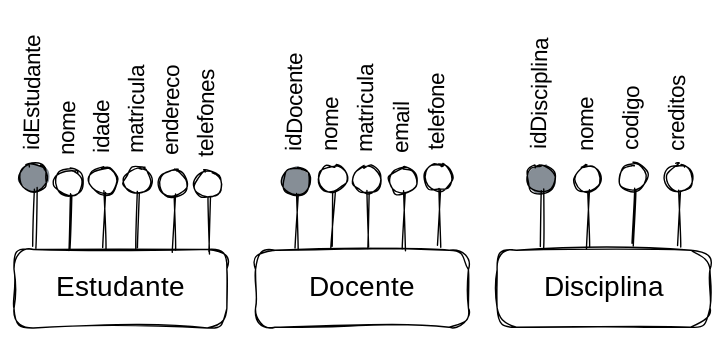
francojoao/gb-banco-de-dados keeps this Excalidraw diagram as .gitbook/assets/file.excalidraw (7).svg. Above is the earlier version. Source tidied: one line per element, renumbered; positions are measured from the earlier drawing's top-left corner, leaving out a move shared by most shapes. Source of this version:
```json
{"id": 0, "type": "rectangle", "strokeColor": "#000000", "strokeWidth": 1, "roughness": 2, "round": true, "x": 34, "y": 129, "width": 152, "height": 56}
{"id": 1, "type": "text", "text": "Estudante", "strokeColor": "#000000", "strokeWidth": 1, "roughness": 1, "fontSize": 20, "fontFamily": 1, "textAlign": "center", "verticalAlign": "middle", "inside": 0, "x": 58, "y": 145, "width": 105, "height": 25}
{"id": 2, "type": "rectangle", "strokeColor": "#000000", "strokeWidth": 1, "roughness": 2, "round": true, "x": 207, "y": 130, "width": 152, "height": 55}
{"id": 3, "type": "text", "text": "Docente", "strokeColor": "#000000", "strokeWidth": 1, "roughness": 1, "fontSize": 20, "fontFamily": 1, "textAlign": "center", "verticalAlign": "middle", "inside": 2, "x": 242, "y": 145, "width": 81, "height": 25}
{"id": 4, "type": "rectangle", "strokeColor": "#000000", "strokeWidth": 1, "roughness": 2, "round": true, "x": 379, "y": 130, "width": 152, "height": 55}
{"id": 5, "type": "text", "text": "Disciplina", "strokeColor": "#000000", "strokeWidth": 1, "roughness": 1, "fontSize": 20, "fontFamily": 1, "textAlign": "center", "verticalAlign": "middle", "inside": 4, "x": 411, "y": 145, "width": 89, "height": 25}
{"id": 6, "type": "ellipse", "strokeColor": "#000000", "backgroundColor": "#868e96", "fillStyle": "solid", "strokeWidth": 1, "roughness": 1, "round": true, "x": 38, "y": 69, "width": 20, "height": 19}
{"id": 7, "type": "line", "strokeColor": "#000000", "backgroundColor": "#868e96", "fillStyle": "solid", "strokeWidth": 1, "roughness": 1, "round": true, "x": 49, "y": 87, "width": 1, "height": 40, "points": [[0, 0], [-1, 40]]}
{"id": 8, "type": "text", "text": "idEstudante", "strokeColor": "#000000", "angle": 4.73, "backgroundColor": "#868e96", "fillStyle": "solid", "strokeWidth": 1, "roughness": 1, "fontSize": 16, "fontFamily": 1, "x": 0, "y": 0, "width": 97, "height": 20}
{"id": 9, "type": "ellipse", "strokeColor": "#000000", "strokeWidth": 1, "roughness": 1, "round": true, "x": 64, "y": 72, "width": 20, "height": 19}
{"id": 10, "type": "line", "strokeColor": "#000000", "backgroundColor": "#868e96", "fillStyle": "solid", "strokeWidth": 1, "roughness": 1, "round": true, "x": 74, "y": 90, "width": 1, "height": 40, "points": [[0, 0], [-1, 40]]}
{"id": 11, "type": "text", "text": "nome", "strokeColor": "#000000", "angle": 4.73, "backgroundColor": "#868e96", "fillStyle": "solid", "strokeWidth": 1, "roughness": 1, "fontSize": 16, "fontFamily": 1, "x": 55, "y": 33, "width": 37, "height": 20}
{"id": 12, "type": "ellipse", "strokeColor": "#000000", "strokeWidth": 1, "roughness": 1, "round": true, "x": 113, "y": 71, "width": 20, "height": 19}
{"id": 13, "type": "line", "strokeColor": "#000000", "backgroundColor": "#868e96", "fillStyle": "solid", "strokeWidth": 1, "roughness": 1, "round": true, "x": 124, "y": 89, "width": 1, "height": 40, "points": [[0, 0], [-1, 40]]}
{"id": 14, "type": "text", "text": "matricula", "strokeColor": "#000000", "angle": 4.73, "backgroundColor": "#868e96", "fillStyle": "solid", "strokeWidth": 1, "roughness": 1, "fontSize": 16, "fontFamily": 1, "x": 86, "y": 13, "width": 74, "height": 20}
{"id": 15, "type": "ellipse", "strokeColor": "#000000", "strokeWidth": 1, "roughness": 1, "round": true, "x": 138, "y": 72, "width": 20, "height": 19}
{"id": 16, "type": "line", "strokeColor": "#000000", "backgroundColor": "#868e96", "fillStyle": "solid", "strokeWidth": 1, "roughness": 1, "round": true, "x": 149, "y": 91, "width": 1, "height": 40, "points": [[0, 0], [-1, 40]]}
{"id": 17, "type": "text", "text": "endereco", "strokeColor": "#000000", "angle": 4.73, "backgroundColor": "#868e96", "fillStyle": "solid", "strokeWidth": 1, "roughness": 1, "fontSize": 16, "fontFamily": 1, "x": 113, "y": 18, "width": 69, "height": 20}
{"id": 18, "type": "ellipse", "strokeColor": "#000000", "strokeWidth": 1, "roughness": 1, "round": true, "x": 251, "y": 70, "width": 20, "height": 19}
{"id": 19, "type": "line", "strokeColor": "#000000", "backgroundColor": "#868e96", "fillStyle": "solid", "strokeWidth": 1, "roughness": 1, "round": true, "x": 262, "y": 88, "width": 1, "height": 40, "points": [[0, 0], [-1, 40]]}
{"id": 20, "type": "text", "text": "nome", "strokeColor": "#000000", "angle": 4.73, "backgroundColor": "#868e96", "fillStyle": "solid", "strokeWidth": 1, "roughness": 1, "fontSize": 16, "fontFamily": 1, "x": 243, "y": 31, "width": 37, "height": 20}
{"id": 21, "type": "ellipse", "strokeColor": "#000000", "strokeWidth": 1, "roughness": 1, "round": true, "x": 277, "y": 70, "width": 20, "height": 19}
{"id": 22, "type": "line", "strokeColor": "#000000", "backgroundColor": "#868e96", "fillStyle": "solid", "strokeWidth": 1, "roughness": 1, "round": true, "x": 287, "y": 88, "width": 1, "height": 40, "points": [[0, 0], [-1, 40]]}
{"id": 23, "type": "text", "text": "matricula", "strokeColor": "#000000", "angle": 4.73, "backgroundColor": "#868e96", "fillStyle": "solid", "strokeWidth": 1, "roughness": 1, "fontSize": 16, "fontFamily": 1, "x": 250, "y": 13, "width": 74, "height": 20}
{"id": 24, "type": "ellipse", "strokeColor": "#000000", "strokeWidth": 1, "roughness": 1, "round": true, "x": 327, "y": 68, "width": 20, "height": 19}
{"id": 25, "type": "line", "strokeColor": "#000000", "backgroundColor": "#868e96", "fillStyle": "solid", "strokeWidth": 1, "roughness": 1, "round": true, "x": 338, "y": 87, "width": 1, "height": 40, "points": [[0, 0], [-1, 40]]}
{"id": 26, "type": "text", "text": "telefone", "strokeColor": "#000000", "angle": 4.73, "backgroundColor": "#868e96", "fillStyle": "solid", "strokeWidth": 1, "roughness": 1, "fontSize": 16, "fontFamily": 1, "x": 304, "y": 15, "width": 66, "height": 20}
{"id": 27, "type": "ellipse", "strokeColor": "#000000", "backgroundColor": "#868e96", "fillStyle": "solid", "strokeWidth": 1, "roughness": 1, "round": true, "x": 226, "y": 71, "width": 20, "height": 19}
{"id": 28, "type": "line", "strokeColor": "#000000", "backgroundColor": "#868e96", "fillStyle": "solid", "strokeWidth": 1, "roughness": 1, "round": true, "x": 237, "y": 89, "width": 1, "height": 40, "points": [[0, 0], [-1, 40]]}
{"id": 29, "type": "text", "text": "idDocente", "strokeColor": "#000000", "angle": 4.73, "backgroundColor": "#868e96", "fillStyle": "solid", "strokeWidth": 1, "roughness": 1, "fontSize": 16, "fontFamily": 1, "x": 197, "y": 10, "width": 78, "height": 20}
{"id": 30, "type": "ellipse", "strokeColor": "#000000", "strokeWidth": 1, "roughness": 1, "round": true, "x": 434, "y": 70, "width": 20, "height": 19}
{"id": 31, "type": "line", "strokeColor": "#000000", "backgroundColor": "#868e96", "fillStyle": "solid", "strokeWidth": 1, "roughness": 1, "round": true, "x": 445, "y": 88, "width": 1, "height": 40, "points": [[0, 0], [-1, 40]]}
{"id": 32, "type": "text", "text": "nome", "strokeColor": "#000000", "angle": 4.73, "backgroundColor": "#868e96", "fillStyle": "solid", "strokeWidth": 1, "roughness": 1, "fontSize": 16, "fontFamily": 1, "x": 425, "y": 31, "width": 37, "height": 20}
{"id": 33, "type": "ellipse", "strokeColor": "#000000", "strokeWidth": 1, "roughness": 1, "round": true, "x": 466, "y": 68, "width": 20, "height": 19}
{"id": 34, "type": "line", "strokeColor": "#000000", "backgroundColor": "#868e96", "fillStyle": "solid", "strokeWidth": 1, "roughness": 1, "round": true, "x": 477, "y": 87, "width": 1, "height": 40, "points": [[0, 0], [-1, 40]]}
{"id": 35, "type": "text", "text": "codigo", "strokeColor": "#000000", "angle": 4.73, "backgroundColor": "#868e96", "fillStyle": "solid", "strokeWidth": 1, "roughness": 1, "fontSize": 16, "fontFamily": 1, "x": 452, "y": 24, "width": 48, "height": 20}
{"id": 36, "type": "ellipse", "strokeColor": "#000000", "backgroundColor": "#868e96", "fillStyle": "solid", "strokeWidth": 1, "roughness": 1, "round": true, "x": 401, "y": 69, "width": 20, "height": 19}
{"id": 37, "type": "line", "strokeColor": "#000000", "backgroundColor": "#868e96", "fillStyle": "solid", "strokeWidth": 1, "roughness": 1, "round": true, "x": 412, "y": 88, "width": 1, "height": 40, "points": [[0, 0], [-1, 40]]}
{"id": 38, "type": "text", "text": "idDisciplina", "strokeColor": "#000000", "angle": 4.73, "backgroundColor": "#868e96", "fillStyle": "solid", "strokeWidth": 1, "roughness": 1, "fontSize": 16, "fontFamily": 1, "x": 368, "y": 5, "width": 85, "height": 20}
{"id": 39, "type": "ellipse", "strokeColor": "#000000", "strokeWidth": 1, "roughness": 1, "round": true, "x": 499, "y": 69, "width": 20, "height": 19}
{"id": 40, "type": "line", "strokeColor": "#000000", "backgroundColor": "#868e96", "fillStyle": "solid", "strokeWidth": 1, "roughness": 1, "round": true, "x": 510, "y": 87, "width": 1, "height": 40, "points": [[0, 0], [-1, 40]]}
{"id": 41, "type": "text", "text": "creditos", "strokeColor": "#000000", "angle": 4.73, "backgroundColor": "#868e96", "fillStyle": "solid", "strokeWidth": 1, "roughness": 1, "fontSize": 16, "fontFamily": 1, "x": 476, "y": 16, "width": 65, "height": 20}
{"id": 42, "type": "ellipse", "strokeColor": "#000000", "strokeWidth": 1, "roughness": 1, "round": true, "x": 302, "y": 71, "width": 20, "height": 19}
{"id": 43, "type": "line", "strokeColor": "#000000", "backgroundColor": "#868e96", "fillStyle": "solid", "strokeWidth": 1, "roughness": 1, "round": true, "x": 313, "y": 89, "width": 1, "height": 40, "points": [[0, 0], [-1, 40]]}
{"id": 44, "type": "text", "text": "email", "strokeColor": "#000000", "angle": 4.73, "backgroundColor": "#868e96", "fillStyle": "solid", "strokeWidth": 1, "roughness": 1, "fontSize": 16, "fontFamily": 1, "x": 292, "y": 31, "width": 39, "height": 20}
{"id": 45, "type": "ellipse", "strokeColor": "#000000", "strokeWidth": 1, "roughness": 1, "round": true, "x": 163, "y": 74, "width": 20, "height": 19}
{"id": 46, "type": "line", "strokeColor": "#000000", "backgroundColor": "#868e96", "fillStyle": "solid", "strokeWidth": 1, "roughness": 1, "round": true, "x": 174, "y": 92, "width": 1, "height": 40, "points": [[0, 0], [-1, 40]]}
{"id": 47, "type": "text", "text": "telefones", "strokeColor": "#000000", "angle": 4.73, "backgroundColor": "#868e96", "fillStyle": "solid", "strokeWidth": 1, "roughness": 1, "fontSize": 16, "fontFamily": 1, "x": 136, "y": 16, "width": 74, "height": 20}
{"id": 48, "type": "ellipse", "strokeColor": "#000000", "strokeWidth": 1, "roughness": 1, "round": true, "x": 88, "y": 71, "width": 20, "height": 19}
{"id": 49, "type": "line", "strokeColor": "#000000", "backgroundColor": "#868e96", "fillStyle": "solid", "strokeWidth": 1, "roughness": 1, "round": true, "x": 99, "y": 89, "width": 1, "height": 40, "points": [[0, 0], [-1, 40]]}
{"id": 50, "type": "text", "text": "idade", "strokeColor": "#000000", "angle": 4.73, "backgroundColor": "#868e96", "fillStyle": "solid", "strokeWidth": 1, "roughness": 1, "fontSize": 16, "fontFamily": 1, "x": 76, "y": 29, "width": 43, "height": 20}
```
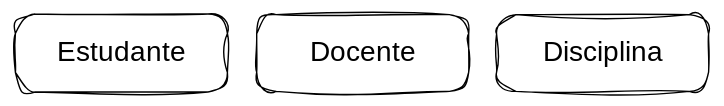
Above is the later version.

What changed in the source:
```diff
@@ -1,51 +1,6 @@
-{"id": 0, "type": "rectangle", "strokeColor": "#000000", "strokeWidth": 1, "roughness": 2, "round": true, "x": 34, "y": 129, "width": 152, "height": 56}
+{"id": 51, "type": "rectangle", "strokeColor": "#000000", "strokeWidth": 1, "roughness": 2, "round": true, "x": 34, "y": 129, "width": 152, "height": 56}
-{"id": 1, "type": "text", "text": "Estudante", "strokeColor": "#000000", "strokeWidth": 1, "roughness": 1, "fontSize": 20, "fontFamily": 1, "textAlign": "center", "verticalAlign": "middle", "inside": 0, "x": 58, "y": 145, "width": 105, "height": 25}
+{"id": 1, "type": "text", "text": "Estudante", "strokeColor": "#000000", "strokeWidth": 1, "roughness": 1, "fontSize": 20, "fontFamily": 1, "textAlign": "center", "verticalAlign": "middle", "inside": 51, "x": 58, "y": 145, "width": 105, "height": 25}
-{"id": 2, "type": "rectangle", "strokeColor": "#000000", "strokeWidth": 1, "roughness": 2, "round": true, "x": 207, "y": 130, "width": 152, "height": 55}
+{"id": 52, "type": "rectangle", "strokeColor": "#000000", "strokeWidth": 1, "roughness": 2, "round": true, "x": 207, "y": 130, "width": 152, "height": 55}
-{"id": 3, "type": "text", "text": "Docente", "strokeColor": "#000000", "strokeWidth": 1, "roughness": 1, "fontSize": 20, "fontFamily": 1, "textAlign": "center", "verticalAlign": "middle", "inside": 2, "x": 242, "y": 145, "width": 81, "height": 25}
+{"id": 3, "type": "text", "text": "Docente", "strokeColor": "#000000", "strokeWidth": 1, "roughness": 1, "fontSize": 20, "fontFamily": 1, "textAlign": "center", "verticalAlign": "middle", "inside": 52, "x": 243, "y": 145, "width": 81, "height": 25}
-{"id": 4, "type": "rectangle", "strokeColor": "#000000", "strokeWidth": 1, "roughness": 2, "round": true, "x": 379, "y": 130, "width": 152, "height": 55}
+{"id": 53, "type": "rectangle", "strokeColor": "#000000", "strokeWidth": 1, "roughness": 2, "round": true, "x": 379, "y": 130, "width": 152, "height": 55}
-{"id": 5, "type": "text", "text": "Disciplina", "strokeColor": "#000000", "strokeWidth": 1, "roughness": 1, "fontSize": 20, "fontFamily": 1, "textAlign": "center", "verticalAlign": "middle", "inside": 4, "x": 411, "y": 145, "width": 89, "height": 25}
+{"id": 5, "type": "text", "text": "Disciplina", "strokeColor": "#000000", "strokeWidth": 1, "roughness": 1, "fontSize": 20, "fontFamily": 1, "textAlign": "center", "verticalAlign": "middle", "inside": 53, "x": 411, "y": 145, "width": 89, "height": 25}
-{"id": 6, "type": "ellipse", "strokeColor": "#000000", "backgroundColor": "#868e96", "fillStyle": "solid", "strokeWidth": 1, "roughness": 1, "round": true, "x": 38, "y": 69, "width": 20, "height": 19}
-{"id": 7, "type": "line", "strokeColor": "#000000", "backgroundColor": "#868e96", "fillStyle": "solid", "strokeWidth": 1, "roughness": 1, "round": true, "x": 49, "y": 87, "width": 1, "height": 40, "points": [[0, 0], [-1, 40]]}
-{"id": 8, "type": "text", "text": "idEstudante", "strokeColor": "#000000", "angle": 4.73, "backgroundColor": "#868e96", "fillStyle": "solid", "strokeWidth": 1, "roughness": 1, "fontSize": 16, "fontFamily": 1, "x": 0, "y": 0, "width": 97, "height": 20}
-{"id": 9, "type": "ellipse", "strokeColor": "#000000", "strokeWidth": 1, "roughness": 1, "round": true, "x": 64, "y": 72, "width": 20, "height": 19}
-{"id": 10, "type": "line", "strokeColor": "#000000", "backgroundColor": "#868e96", "fillStyle": "solid", "strokeWidth": 1, "roughness": 1, "round": true, "x": 74, "y": 90, "width": 1, "height": 40, "points": [[0, 0], [-1, 40]]}
-{"id": 11, "type": "text", "text": "nome", "strokeColor": "#000000", "angle": 4.73, "backgroundColor": "#868e96", "fillStyle": "solid", "strokeWidth": 1, "roughness": 1, "fontSize": 16, "fontFamily": 1, "x": 55, "y": 33, "width": 37, "height": 20}
-{"id": 12, "type": "ellipse", "strokeColor": "#000000", "strokeWidth": 1, "roughness": 1, "round": true, "x": 113, "y": 71, "width": 20, "height": 19}
-{"id": 13, "type": "line", "strokeColor": "#000000", "backgroundColor": "#868e96", "fillStyle": "solid", "strokeWidth": 1, "roughness": 1, "round": true, "x": 124, "y": 89, "width": 1, "height": 40, "points": [[0, 0], [-1, 40]]}
-{"id": 14, "type": "text", "text": "matricula", "strokeColor": "#000000", "angle": 4.73, "backgroundColor": "#868e96", "fillStyle": "solid", "strokeWidth": 1, "roughness": 1, "fontSize": 16, "fontFamily": 1, "x": 86, "y": 13, "width": 74, "height": 20}
-{"id": 15, "type": "ellipse", "strokeColor": "#000000", "strokeWidth": 1, "roughness": 1, "round": true, "x": 138, "y": 72, "width": 20, "height": 19}
-{"id": 16, "type": "line", "strokeColor": "#000000", "backgroundColor": "#868e96", "fillStyle": "solid", "strokeWidth": 1, "roughness": 1, "round": true, "x": 149, "y": 91, "width": 1, "height": 40, "points": [[0, 0], [-1, 40]]}
-{"id": 17, "type": "text", "text": "endereco", "strokeColor": "#000000", "angle": 4.73, "backgroundColor": "#868e96", "fillStyle": "solid", "strokeWidth": 1, "roughness": 1, "fontSize": 16, "fontFamily": 1, "x": 113, "y": 18, "width": 69, "height": 20}
-{"id": 18, "type": "ellipse", "strokeColor": "#000000", "strokeWidth": 1, "roughness": 1, "round": true, "x": 251, "y": 70, "width": 20, "height": 19}
-{"id": 19, "type": "line", "strokeColor": "#000000", "backgroundColor": "#868e96", "fillStyle": "solid", "strokeWidth": 1, "roughness": 1, "round": true, "x": 262, "y": 88, "width": 1, "height": 40, "points": [[0, 0], [-1, 40]]}
-{"id": 20, "type": "text", "text": "nome", "strokeColor": "#000000", "angle": 4.73, "backgroundColor": "#868e96", "fillStyle": "solid", "strokeWidth": 1, "roughness": 1, "fontSize": 16, "fontFamily": 1, "x": 243, "y": 31, "width": 37, "height": 20}
-{"id": 21, "type": "ellipse", "strokeColor": "#000000", "strokeWidth": 1, "roughness": 1, "round": true, "x": 277, "y": 70, "width": 20, "height": 19}
-{"id": 22, "type": "line", "strokeColor": "#000000", "backgroundColor": "#868e96", "fillStyle": "solid", "strokeWidth": 1, "roughness": 1, "round": true, "x": 287, "y": 88, "width": 1, "height": 40, "points": [[0, 0], [-1, 40]]}
-{"id": 23, "type": "text", "text": "matricula", "strokeColor": "#000000", "angle": 4.73, "backgroundColor": "#868e96", "fillStyle": "solid", "strokeWidth": 1, "roughness": 1, "fontSize": 16, "fontFamily": 1, "x": 250, "y": 13, "width": 74, "height": 20}
-{"id": 24, "type": "ellipse", "strokeColor": "#000000", "strokeWidth": 1, "roughness": 1, "round": true, "x": 327, "y": 68, "width": 20, "height": 19}
-{"id": 25, "type": "line", "strokeColor": "#000000", "backgroundColor": "#868e96", "fillStyle": "solid", "strokeWidth": 1, "roughness": 1, "round": true, "x": 338, "y": 87, "width": 1, "height": 40, "points": [[0, 0], [-1, 40]]}
-{"id": 26, "type": "text", "text": "telefone", "strokeColor": "#000000", "angle": 4.73, "backgroundColor": "#868e96", "fillStyle": "solid", "strokeWidth": 1, "roughness": 1, "fontSize": 16, "fontFamily": 1, "x": 304, "y": 15, "width": 66, "height": 20}
-{"id": 27, "type": "ellipse", "strokeColor": "#000000", "backgroundColor": "#868e96", "fillStyle": "solid", "strokeWidth": 1, "roughness": 1, "round": true, "x": 226, "y": 71, "width": 20, "height": 19}
-{"id": 28, "type": "line", "strokeColor": "#000000", "backgroundColor": "#868e96", "fillStyle": "solid", "strokeWidth": 1, "roughness": 1, "round": true, "x": 237, "y": 89, "width": 1, "height": 40, "points": [[0, 0], [-1, 40]]}
-{"id": 29, "type": "text", "text": "idDocente", "strokeColor": "#000000", "angle": 4.73, "backgroundColor": "#868e96", "fillStyle": "solid", "strokeWidth": 1, "roughness": 1, "fontSize": 16, "fontFamily": 1, "x": 197, "y": 10, "width": 78, "height": 20}
-{"id": 30, "type": "ellipse", "strokeColor": "#000000", "strokeWidth": 1, "roughness": 1, "round": true, "x": 434, "y": 70, "width": 20, "height": 19}
-{"id": 31, "type": "line", "strokeColor": "#000000", "backgroundColor": "#868e96", "fillStyle": "solid", "strokeWidth": 1, "roughness": 1, "round": true, "x": 445, "y": 88, "width": 1, "height": 40, "points": [[0, 0], [-1, 40]]}
-{"id": 32, "type": "text", "text": "nome", "strokeColor": "#000000", "angle": 4.73, "backgroundColor": "#868e96", "fillStyle": "solid", "strokeWidth": 1, "roughness": 1, "fontSize": 16, "fontFamily": 1, "x": 425, "y": 31, "width": 37, "height": 20}
-{"id": 33, "type": "ellipse", "strokeColor": "#000000", "strokeWidth": 1, "roughness": 1, "round": true, "x": 466, "y": 68, "width": 20, "height": 19}
-{"id": 34, "type": "line", "strokeColor": "#000000", "backgroundColor": "#868e96", "fillStyle": "solid", "strokeWidth": 1, "roughness": 1, "round": true, "x": 477, "y": 87, "width": 1, "height": 40, "points": [[0, 0], [-1, 40]]}
-{"id": 35, "type": "text", "text": "codigo", "strokeColor": "#000000", "angle": 4.73, "backgroundColor": "#868e96", "fillStyle": "solid", "strokeWidth": 1, "roughness": 1, "fontSize": 16, "fontFamily": 1, "x": 452, "y": 24, "width": 48, "height": 20}
-{"id": 36, "type": "ellipse", "strokeColor": "#000000", "backgroundColor": "#868e96", "fillStyle": "solid", "strokeWidth": 1, "roughness": 1, "round": true, "x": 401, "y": 69, "width": 20, "height": 19}
-{"id": 37, "type": "line", "strokeColor": "#000000", "backgroundColor": "#868e96", "fillStyle": "solid", "strokeWidth": 1, "roughness": 1, "round": true, "x": 412, "y": 88, "width": 1, "height": 40, "points": [[0, 0], [-1, 40]]}
-{"id": 38, "type": "text", "text": "idDisciplina", "strokeColor": "#000000", "angle": 4.73, "backgroundColor": "#868e96", "fillStyle": "solid", "strokeWidth": 1, "roughness": 1, "fontSize": 16, "fontFamily": 1, "x": 368, "y": 5, "width": 85, "height": 20}
-{"id": 39, "type": "ellipse", "strokeColor": "#000000", "strokeWidth": 1, "roughness": 1, "round": true, "x": 499, "y": 69, "width": 20, "height": 19}
-{"id": 40, "type": "line", "strokeColor": "#000000", "backgroundColor": "#868e96", "fillStyle": "solid", "strokeWidth": 1, "roughness": 1, "round": true, "x": 510, "y": 87, "width": 1, "height": 40, "points": [[0, 0], [-1, 40]]}
-{"id": 41, "type": "text", "text": "creditos", "strokeColor": "#000000", "angle": 4.73, "backgroundColor": "#868e96", "fillStyle": "solid", "strokeWidth": 1, "roughness": 1, "fontSize": 16, "fontFamily": 1, "x": 476, "y": 16, "width": 65, "height": 20}
-{"id": 42, "type": "ellipse", "strokeColor": "#000000", "strokeWidth": 1, "roughness": 1, "round": true, "x": 302, "y": 71, "width": 20, "height": 19}
-{"id": 43, "type": "line", "strokeColor": "#000000", "backgroundColor": "#868e96", "fillStyle": "solid", "strokeWidth": 1, "roughness": 1, "round": true, "x": 313, "y": 89, "width": 1, "height": 40, "points": [[0, 0], [-1, 40]]}
-{"id": 44, "type": "text", "text": "email", "strokeColor": "#000000", "angle": 4.73, "backgroundColor": "#868e96", "fillStyle": "solid", "strokeWidth": 1, "roughness": 1, "fontSize": 16, "fontFamily": 1, "x": 292, "y": 31, "width": 39, "height": 20}
-{"id": 45, "type": "ellipse", "strokeColor": "#000000", "strokeWidth": 1, "roughness": 1, "round": true, "x": 163, "y": 74, "width": 20, "height": 19}
-{"id": 46, "type": "line", "strokeColor": "#000000", "backgroundColor": "#868e96", "fillStyle": "solid", "strokeWidth": 1, "roughness": 1, "round": true, "x": 174, "y": 92, "width": 1, "height": 40, "points": [[0, 0], [-1, 40]]}
-{"id": 47, "type": "text", "text": "telefones", "strokeColor": "#000000", "angle": 4.73, "backgroundColor": "#868e96", "fillStyle": "solid", "strokeWidth": 1, "roughness": 1, "fontSize": 16, "fontFamily": 1, "x": 136, "y": 16, "width": 74, "height": 20}
-{"id": 48, "type": "ellipse", "strokeColor": "#000000", "strokeWidth": 1, "roughness": 1, "round": true, "x": 88, "y": 71, "width": 20, "height": 19}
-{"id": 49, "type": "line", "strokeColor": "#000000", "backgroundColor": "#868e96", "fillStyle": "solid", "strokeWidth": 1, "roughness": 1, "round": true, "x": 99, "y": 89, "width": 1, "height": 40, "points": [[0, 0], [-1, 40]]}
-{"id": 50, "type": "text", "text": "idade", "strokeColor": "#000000", "angle": 4.73, "backgroundColor": "#868e96", "fillStyle": "solid", "strokeWidth": 1, "roughness": 1, "fontSize": 16, "fontFamily": 1, "x": 76, "y": 29, "width": 43, "height": 20}
```
